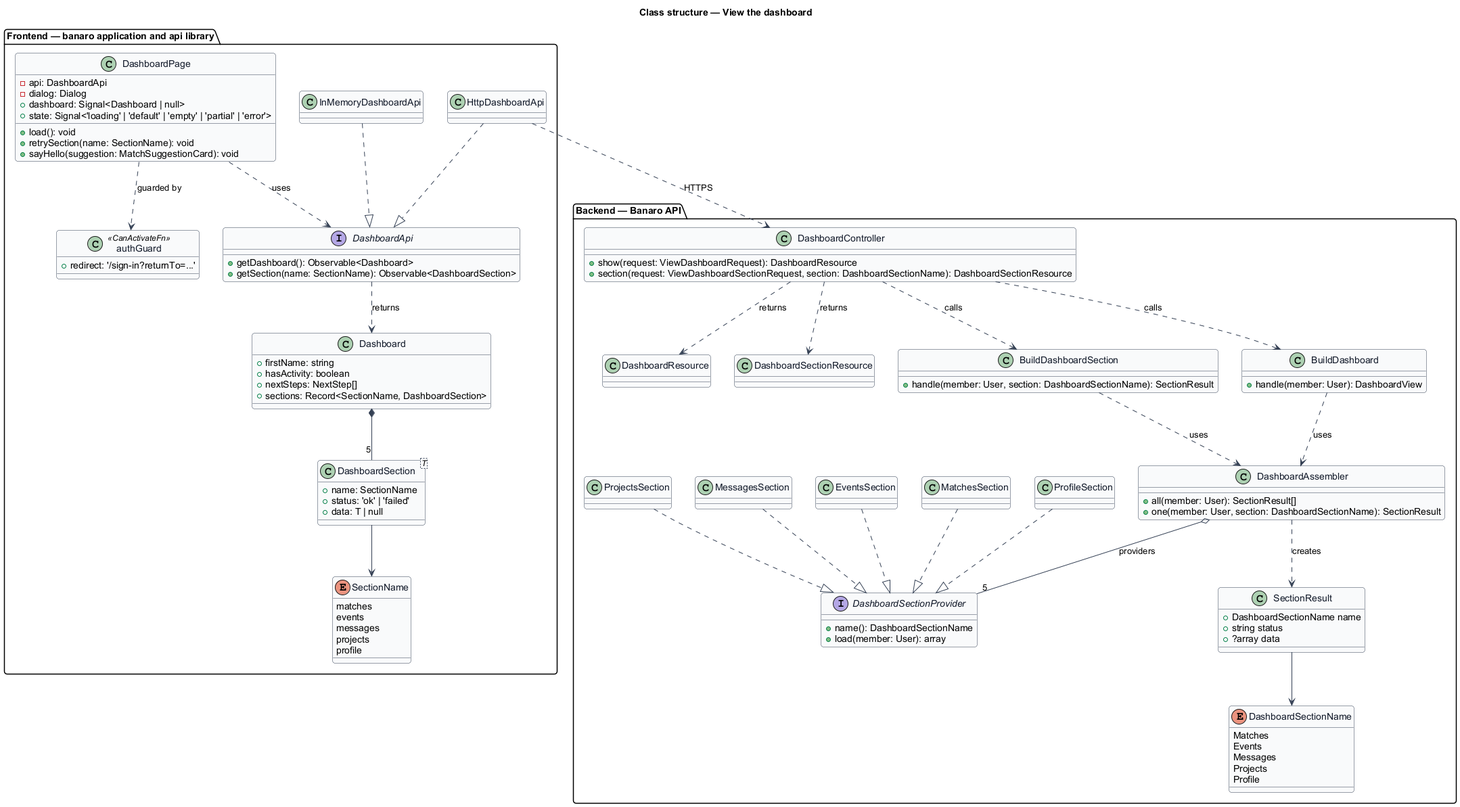
Above: docs/detailed-designs/dashboard/view-dashboard/diagrams/class-structure.png in QuinntyneBrown/banaro (PlantUML), before the change. Source of this version:
```plantuml
@startuml
skinparam backgroundColor #FFFFFF
skinparam shadowing false
skinparam roundcorner 8
skinparam defaultFontName Arial
skinparam ArrowColor #344054
skinparam class {
  BorderColor #344054
  FontColor #101828
  BackgroundColor #F9FAFB
}
title Class structure — View the dashboard

package "Frontend — banaro application and api library" {
  class DashboardPage {
    -api: DashboardApi
    -dialog: Dialog
    +dashboard: Signal<Dashboard | null>
    +state: Signal<'loading' | 'default' | 'empty' | 'partial' | 'error'>
    +load(): void
    +retrySection(name: SectionName): void
    +sayHello(suggestion: MatchSuggestionCard): void
  }
  class authGuard <<CanActivateFn>> {
    +redirect: '/sign-in?returnTo=...'
  }
  interface DashboardApi {
    +getDashboard(): Observable<Dashboard>
    +getSection(name: SectionName): Observable<DashboardSection>
  }
  class HttpDashboardApi
  class InMemoryDashboardApi
  class Dashboard {
    +firstName: string
    +hasActivity: boolean
    +nextSteps: NextStep[]
    +sections: Record<SectionName, DashboardSection>
  }
  class "DashboardSection<T>" as DashboardSection {
    +name: SectionName
    +status: 'ok' | 'failed'
    +data: T | null
  }
  enum SectionName {
    matches
    events
    messages
    projects
    profile
  }
}

package "Backend — Banaro API" {
  class DashboardController {
    +show(request: ViewDashboardRequest): DashboardResource
    +section(request: ViewDashboardSectionRequest, section: DashboardSectionName): DashboardSectionResource
  }
  class BuildDashboard {
    +handle(member: User): DashboardView
  }
  class BuildDashboardSection {
    +handle(member: User, section: DashboardSectionName): SectionResult
  }
  class DashboardAssembler {
    +all(member: User): SectionResult[]
    +one(member: User, section: DashboardSectionName): SectionResult
  }
  interface DashboardSectionProvider {
    +name(): DashboardSectionName
    +load(member: User): array
  }
  class MatchesSection
  class EventsSection
  class MessagesSection
  class ProjectsSection
  class ProfileSection
  class SectionResult {
    +DashboardSectionName name
    +string status
    +?array data
  }
  enum DashboardSectionName {
    Matches
    Events
    Messages
    Projects
    Profile
  }
  class DashboardResource
  class DashboardSectionResource
}

DashboardPage ..> DashboardApi : uses
DashboardPage ..> authGuard : guarded by
HttpDashboardApi ..|> DashboardApi
InMemoryDashboardApi ..|> DashboardApi
DashboardApi ..> Dashboard : returns
Dashboard *-- "5" DashboardSection
DashboardSection --> SectionName
HttpDashboardApi ..> DashboardController : HTTPS

DashboardController ..> BuildDashboard : calls
DashboardController ..> BuildDashboardSection : calls
DashboardController ..> DashboardResource : returns
DashboardController ..> DashboardSectionResource : returns
BuildDashboard ..> DashboardAssembler : uses
BuildDashboardSection ..> DashboardAssembler : uses
DashboardAssembler o-- "5" DashboardSectionProvider : providers
DashboardAssembler ..> SectionResult : creates
MatchesSection ..|> DashboardSectionProvider
EventsSection ..|> DashboardSectionProvider
MessagesSection ..|> DashboardSectionProvider
ProjectsSection ..|> DashboardSectionProvider
ProfileSection ..|> DashboardSectionProvider
SectionResult --> DashboardSectionName
@enduml
```
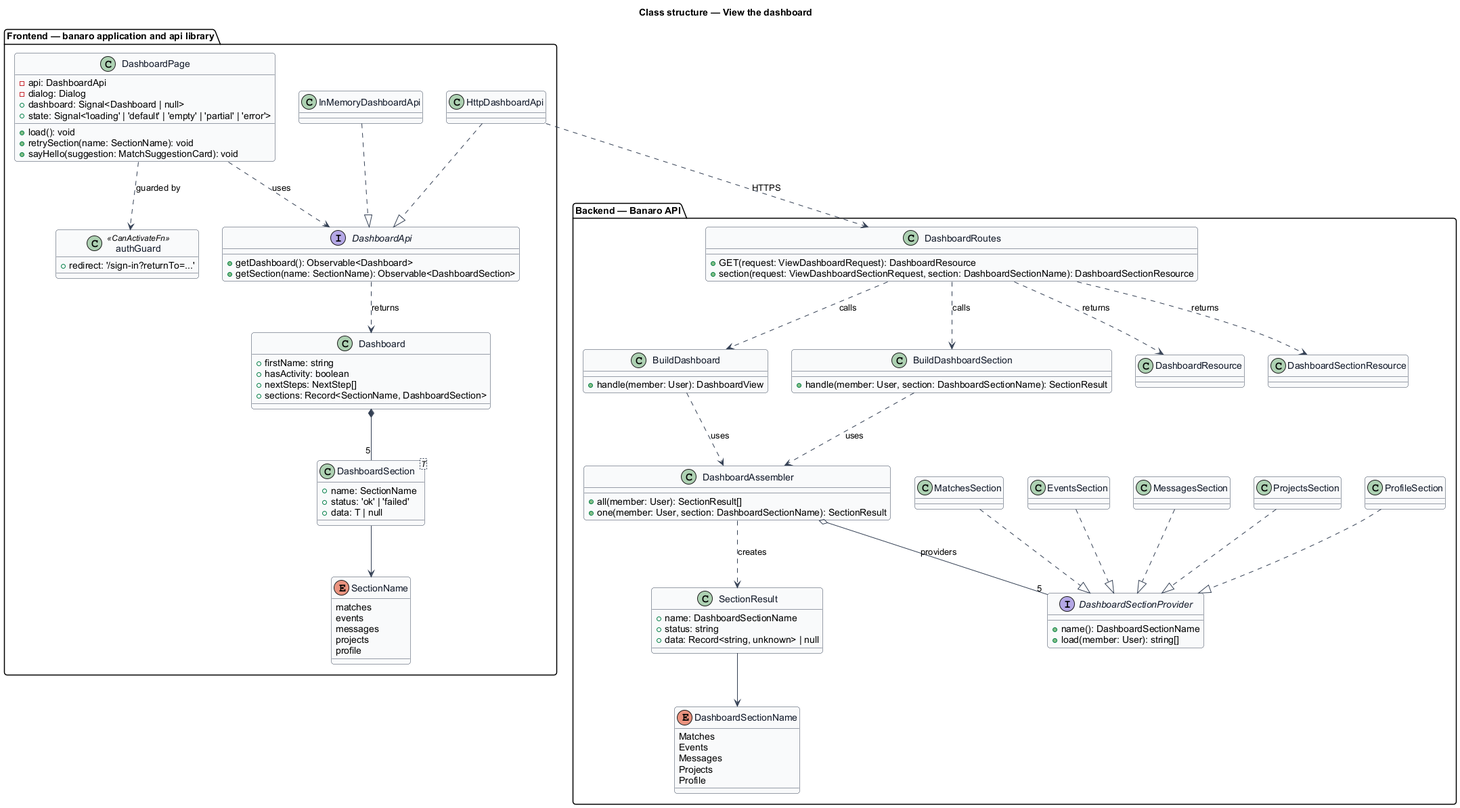
The same diagram one commit later.

Diff of the diagram source:
```diff
@@ -51,8 +51,8 @@
 }
 
 package "Backend — Banaro API" {
-  class DashboardController {
-    +show(request: ViewDashboardRequest): DashboardResource
+  class DashboardRoutes {
+    +GET(request: ViewDashboardRequest): DashboardResource
     +section(request: ViewDashboardSectionRequest, section: DashboardSectionName): DashboardSectionResource
   }
   class BuildDashboard {
@@ -67,7 +67,7 @@
   }
   interface DashboardSectionProvider {
     +name(): DashboardSectionName
-    +load(member: User): array
+    +load(member: User): string[]
   }
   class MatchesSection
   class EventsSection
@@ -75,9 +75,9 @@
   class ProjectsSection
   class ProfileSection
   class SectionResult {
-    +DashboardSectionName name
-    +string status
-    +?array data
+    +name: DashboardSectionName
+    +status: string
+    +data: Record<string, unknown> | null
   }
   enum DashboardSectionName {
     Matches
@@ -97,12 +97,12 @@
 DashboardApi ..> Dashboard : returns
 Dashboard *-- "5" DashboardSection
 DashboardSection --> SectionName
-HttpDashboardApi ..> DashboardController : HTTPS
+HttpDashboardApi ..> DashboardRoutes : HTTPS
 
-DashboardController ..> BuildDashboard : calls
-DashboardController ..> BuildDashboardSection : calls
-DashboardController ..> DashboardResource : returns
-DashboardController ..> DashboardSectionResource : returns
+DashboardRoutes ..> BuildDashboard : calls
+DashboardRoutes ..> BuildDashboardSection : calls
+DashboardRoutes ..> DashboardResource : returns
+DashboardRoutes ..> DashboardSectionResource : returns
 BuildDashboard ..> DashboardAssembler : uses
 BuildDashboardSection ..> DashboardAssembler : uses
 DashboardAssembler o-- "5" DashboardSectionProvider : providers
```
